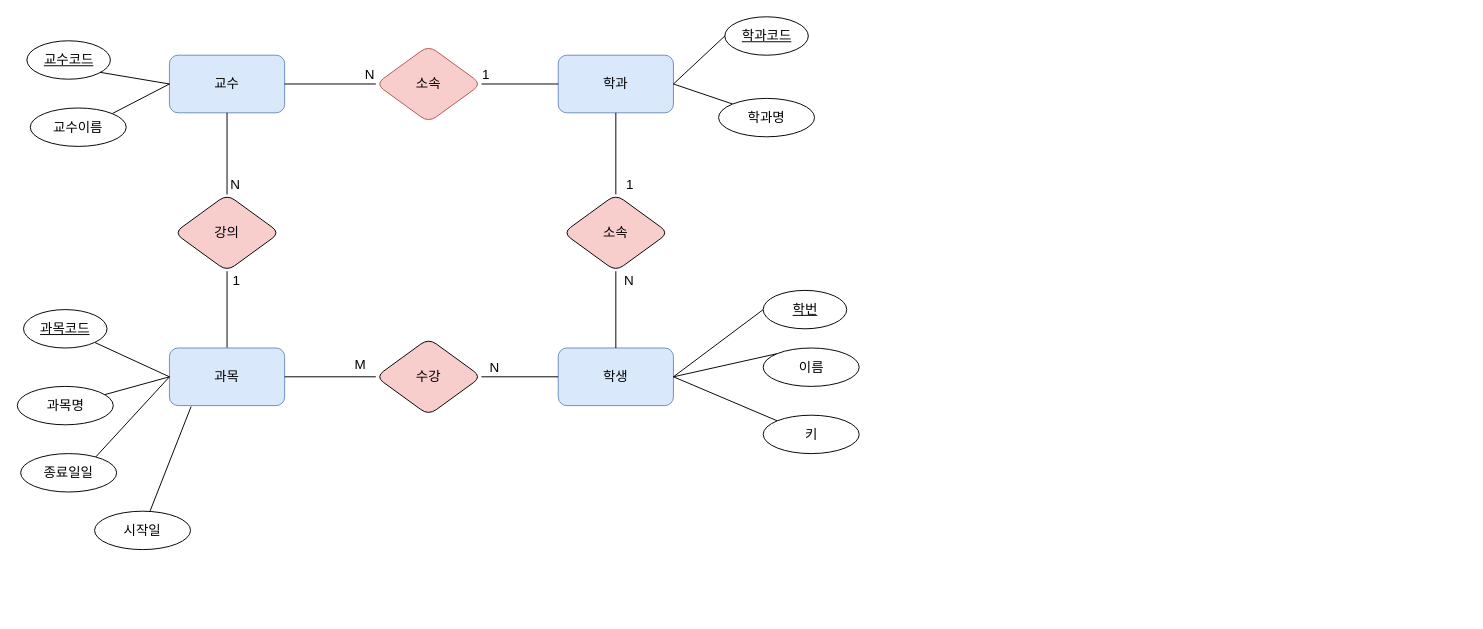
The draw.io diagram 제목 없는 다이어그램.drawio in kjwane/MySQL, before the edit. Source tidied: cells renumbered, new cells numbered last; positions are measured from the earlier drawing's top-left corner, leaving out a move shared by most shapes. Both pictures are drawn from the tidied source at 96%, with x=0, y=0 at pixel (16, 16).
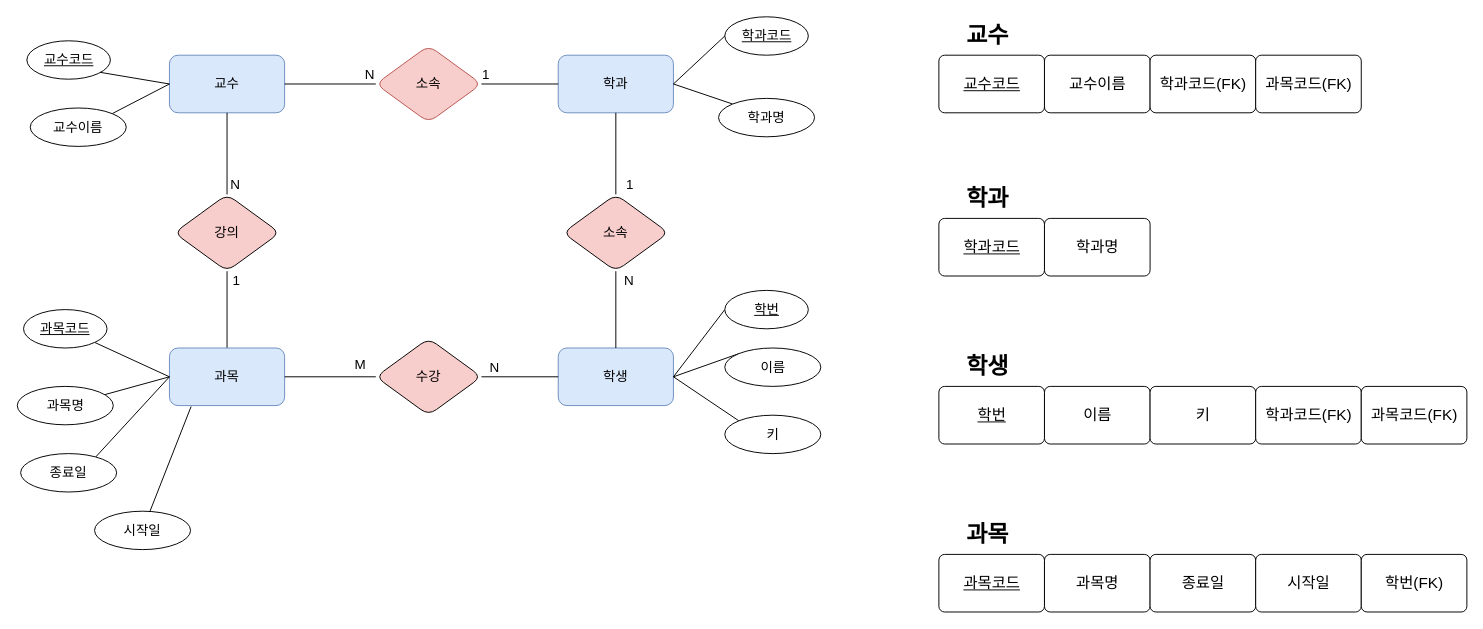
After the change.

Commit message (it also covers changes not shown here):
제목 없는 다이어그램.drawio 업데이트

Change to the diagram source:
```diff
@@
     <mxCell id="16" value="학번" style="ellipse;whiteSpace=wrap;html=1;align=center;fontStyle=4;fontSize=14;rounded=1;" parent="1" vertex="1">
-      <mxGeometry x="777.5" y="285" width="87" height="40" as="geometry" />
+      <mxGeometry x="737.5" y="285" width="87" height="40" as="geometry" />
     </mxCell>
     <mxCell id="17" value="키" style="ellipse;whiteSpace=wrap;html=1;align=center;fontSize=14;rounded=1;" parent="1" vertex="1">
-      <mxGeometry x="777.5" y="415" width="100" height="40" as="geometry" />
+      <mxGeometry x="737.5" y="415" width="100" height="40" as="geometry" />
     </mxCell>
@@
     <mxCell id="19" value="이름" style="ellipse;whiteSpace=wrap;html=1;align=center;fontSize=14;rounded=1;" parent="1" vertex="1">
-      <mxGeometry x="777.5" y="345" width="100" height="40" as="geometry" />
+      <mxGeometry x="737.5" y="345" width="100" height="40" as="geometry" />
     </mxCell>
@@
-    <mxCell id="34" value="종료일일" style="ellipse;whiteSpace=wrap;html=1;align=center;fontSize=14;rounded=1;" parent="1" vertex="1">
+    <mxCell id="34" value="종료일" style="ellipse;whiteSpace=wrap;html=1;align=center;fontSize=14;rounded=1;" parent="1" vertex="1">
       <mxGeometry x="4" y="455" width="100" height="40" as="geometry" />
     </mxCell>
@@
+    <mxCell id="48" value="&lt;u&gt;교수코드&lt;/u&gt;" style="rounded=1;arcSize=10;whiteSpace=wrap;html=1;align=center;fontSize=16;" parent="1" vertex="1">
+      <mxGeometry x="960.5" y="40" width="110" height="60" as="geometry" />
+    </mxCell>
+    <mxCell id="49" value="교수" style="text;strokeColor=none;fillColor=none;html=1;fontSize=24;fontStyle=1;verticalAlign=middle;align=center;" parent="1" vertex="1">
+      <mxGeometry x="960.5" width="100" height="40" as="geometry" />
+    </mxCell>
+    <mxCell id="50" value="교수이름" style="rounded=1;arcSize=10;whiteSpace=wrap;html=1;align=center;fontSize=16;" parent="1" vertex="1">
+      <mxGeometry x="1070.5" y="40" width="110" height="60" as="geometry" />
+    </mxCell>
+    <mxCell id="51" value="&lt;u&gt;학과코드&lt;/u&gt;" style="rounded=1;arcSize=10;whiteSpace=wrap;html=1;align=center;fontSize=16;" parent="1" vertex="1">
+      <mxGeometry x="960.5" y="210" width="110" height="60" as="geometry" />
+    </mxCell>
+    <mxCell id="52" value="학과" style="text;strokeColor=none;fillColor=none;html=1;fontSize=24;fontStyle=1;verticalAlign=middle;align=center;" parent="1" vertex="1">
+      <mxGeometry x="960.5" y="170" width="100" height="40" as="geometry" />
+    </mxCell>
+    <mxCell id="53" value="학과명" style="rounded=1;arcSize=10;whiteSpace=wrap;html=1;align=center;fontSize=16;" parent="1" vertex="1">
+      <mxGeometry x="1070.5" y="210" width="110" height="60" as="geometry" />
+    </mxCell>
+    <mxCell id="54" value="&lt;u&gt;학번&lt;/u&gt;" style="rounded=1;arcSize=10;whiteSpace=wrap;html=1;align=center;fontSize=16;" parent="1" vertex="1">
+      <mxGeometry x="960.5" y="385" width="110" height="60" as="geometry" />
+    </mxCell>
+    <mxCell id="55" value="학생" style="text;strokeColor=none;fillColor=none;html=1;fontSize=24;fontStyle=1;verticalAlign=middle;align=center;" parent="1" vertex="1">
+      <mxGeometry x="960.5" y="345" width="100" height="40" as="geometry" />
+    </mxCell>
+    <mxCell id="56" value="이름" style="rounded=1;arcSize=10;whiteSpace=wrap;html=1;align=center;fontSize=16;" parent="1" vertex="1">
+      <mxGeometry x="1070.5" y="385" width="110" height="60" as="geometry" />
+    </mxCell>
+    <mxCell id="57" value="키" style="rounded=1;arcSize=10;whiteSpace=wrap;html=1;align=center;fontSize=16;" parent="1" vertex="1">
+      <mxGeometry x="1180.5" y="385" width="110" height="60" as="geometry" />
+    </mxCell>
+    <mxCell id="58" value="&lt;u&gt;과목코드&lt;/u&gt;" style="rounded=1;arcSize=10;whiteSpace=wrap;html=1;align=center;fontSize=16;" parent="1" vertex="1">
+      <mxGeometry x="960.5" y="560" width="110" height="60" as="geometry" />
+    </mxCell>
+    <mxCell id="59" value="과목" style="text;strokeColor=none;fillColor=none;html=1;fontSize=24;fontStyle=1;verticalAlign=middle;align=center;" parent="1" vertex="1">
+      <mxGeometry x="960.5" y="520" width="100" height="40" as="geometry" />
+    </mxCell>
+    <mxCell id="60" value="과목명" style="rounded=1;arcSize=10;whiteSpace=wrap;html=1;align=center;fontSize=16;" parent="1" vertex="1">
+      <mxGeometry x="1070.5" y="560" width="110" height="60" as="geometry" />
+    </mxCell>
+    <mxCell id="61" value="종료일" style="rounded=1;arcSize=10;whiteSpace=wrap;html=1;align=center;fontSize=16;" parent="1" vertex="1">
+      <mxGeometry x="1180.5" y="560" width="110" height="60" as="geometry" />
+    </mxCell>
+    <mxCell id="62" value="시작일" style="rounded=1;arcSize=10;whiteSpace=wrap;html=1;align=center;fontSize=16;" parent="1" vertex="1">
+      <mxGeometry x="1290.5" y="560" width="110" height="60" as="geometry" />
+    </mxCell>
+    <mxCell id="63" value="학과코드(FK)" style="rounded=1;arcSize=10;whiteSpace=wrap;html=1;align=center;fontSize=16;" parent="1" vertex="1">
+      <mxGeometry x="1180.5" y="40" width="110" height="60" as="geometry" />
+    </mxCell>
+    <mxCell id="64" value="학과코드(FK)" style="rounded=1;arcSize=10;whiteSpace=wrap;html=1;align=center;fontSize=16;" parent="1" vertex="1">
+      <mxGeometry x="1290.5" y="385" width="110" height="60" as="geometry" />
+    </mxCell>
+    <mxCell id="65" value="과목코드(FK)" style="rounded=1;arcSize=10;whiteSpace=wrap;html=1;align=center;fontSize=16;" parent="1" vertex="1">
+      <mxGeometry x="1290.5" y="40" width="110" height="60" as="geometry" />
+    </mxCell>
+    <mxCell id="66" value="학번(FK)" style="rounded=1;arcSize=10;whiteSpace=wrap;html=1;align=center;fontSize=16;" parent="1" vertex="1">
+      <mxGeometry x="1400.5" y="560" width="110" height="60" as="geometry" />
+    </mxCell>
+    <mxCell id="67" value="과목코드(FK)" style="rounded=1;arcSize=10;whiteSpace=wrap;html=1;align=center;fontSize=16;" parent="1" vertex="1">
+      <mxGeometry x="1400.5" y="385" width="110" height="60" as="geometry" />
+    </mxCell>
```
